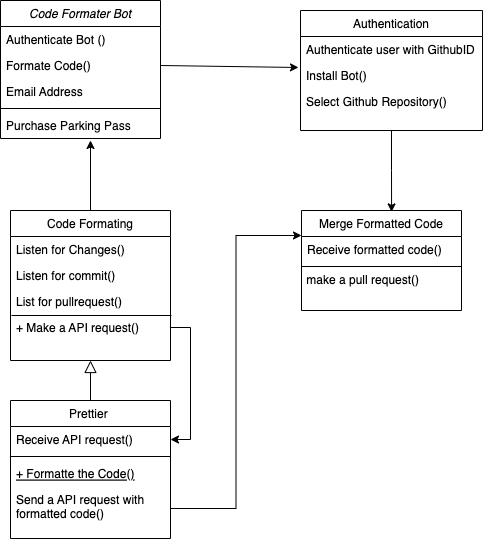
VikashPR/CodeFormater-Bot keeps this draw.io diagram as Github_Bot.drawio.png. Above is the earlier version. Source tidied: cells renumbered, new cells last; positions are measured from the earlier drawing's top-left corner, leaving out a move shared by most shapes.
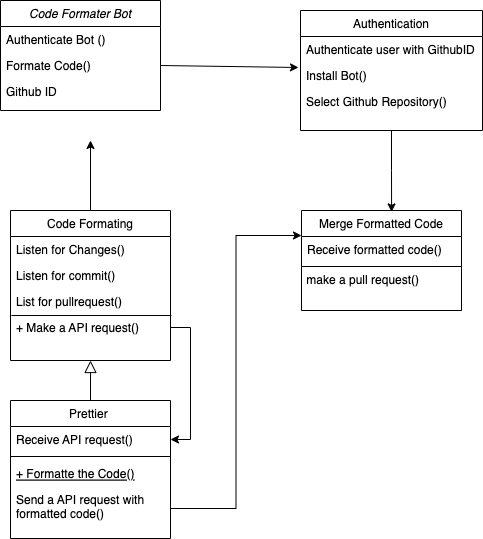
Later version of the same file.

What changed in the source:
```diff
@@ -3,7 +3,7 @@
     <mxCell id="0" />
     <mxCell id="1" parent="0" />
     <mxCell id="2" value="Code Formater Bot" style="swimlane;fontStyle=2;align=center;verticalAlign=top;horizontal=1;startSize=26;rounded=0;shadow=0;strokeWidth=1;" parent="1" vertex="1">
-      <mxGeometry width="160" height="138" as="geometry" />
+      <mxGeometry width="160" height="110" as="geometry" />
     </mxCell>
     <mxCell id="3" value="Authenticate Bot ()" style="text;align=left;verticalAlign=top;spacingLeft=4;spacingRight=4;overflow=hidden;" parent="2" vertex="1">
       <mxGeometry y="26" width="160" height="26" as="geometry" />
@@ -11,15 +11,9 @@
     <mxCell id="4" value="Formate Code()" style="text;align=left;verticalAlign=top;spacingLeft=4;spacingRight=4;overflow=hidden;points=[[0,0.5],[1,0.5]];portConstraint=eastwest;rounded=0;shadow=0;html=0;" parent="2" vertex="1">
       <mxGeometry y="52" width="160" height="26" as="geometry" />
     </mxCell>
-    <mxCell id="5" value="Email Address" style="text;align=left;verticalAlign=top;spacingLeft=4;spacingRight=4;overflow=hidden;rounded=0;shadow=0;html=0;" parent="2" vertex="1">
+    <mxCell id="5" value="Github ID" style="text;align=left;verticalAlign=top;spacingLeft=4;spacingRight=4;overflow=hidden;rounded=0;shadow=0;html=0;" parent="2" vertex="1">
       <mxGeometry y="78" width="160" height="26" as="geometry" />
     </mxCell>
-    <mxCell id="6" style="line;html=1;strokeWidth=1;align=left;verticalAlign=middle;spacingTop=-1;spacingLeft=3;spacingRight=3;labelPosition=right;" parent="2" vertex="1">
-      <mxGeometry y="104" width="160" height="8" as="geometry" />
-    </mxCell>
-    <mxCell id="7" value="Purchase Parking Pass" style="text;align=left;verticalAlign=top;spacingLeft=4;spacingRight=4;overflow=hidden;" parent="2" vertex="1">
-      <mxGeometry y="112" width="160" height="26" as="geometry" />
-    </mxCell>
     <mxCell id="8" value="Prettier " style="swimlane;fontStyle=0;align=center;verticalAlign=top;horizontal=1;startSize=26;rounded=0;shadow=0;strokeWidth=1;" parent="1" vertex="1">
       <mxGeometry x="10" y="400" width="160" height="138" as="geometry" />
     </mxCell>
```
